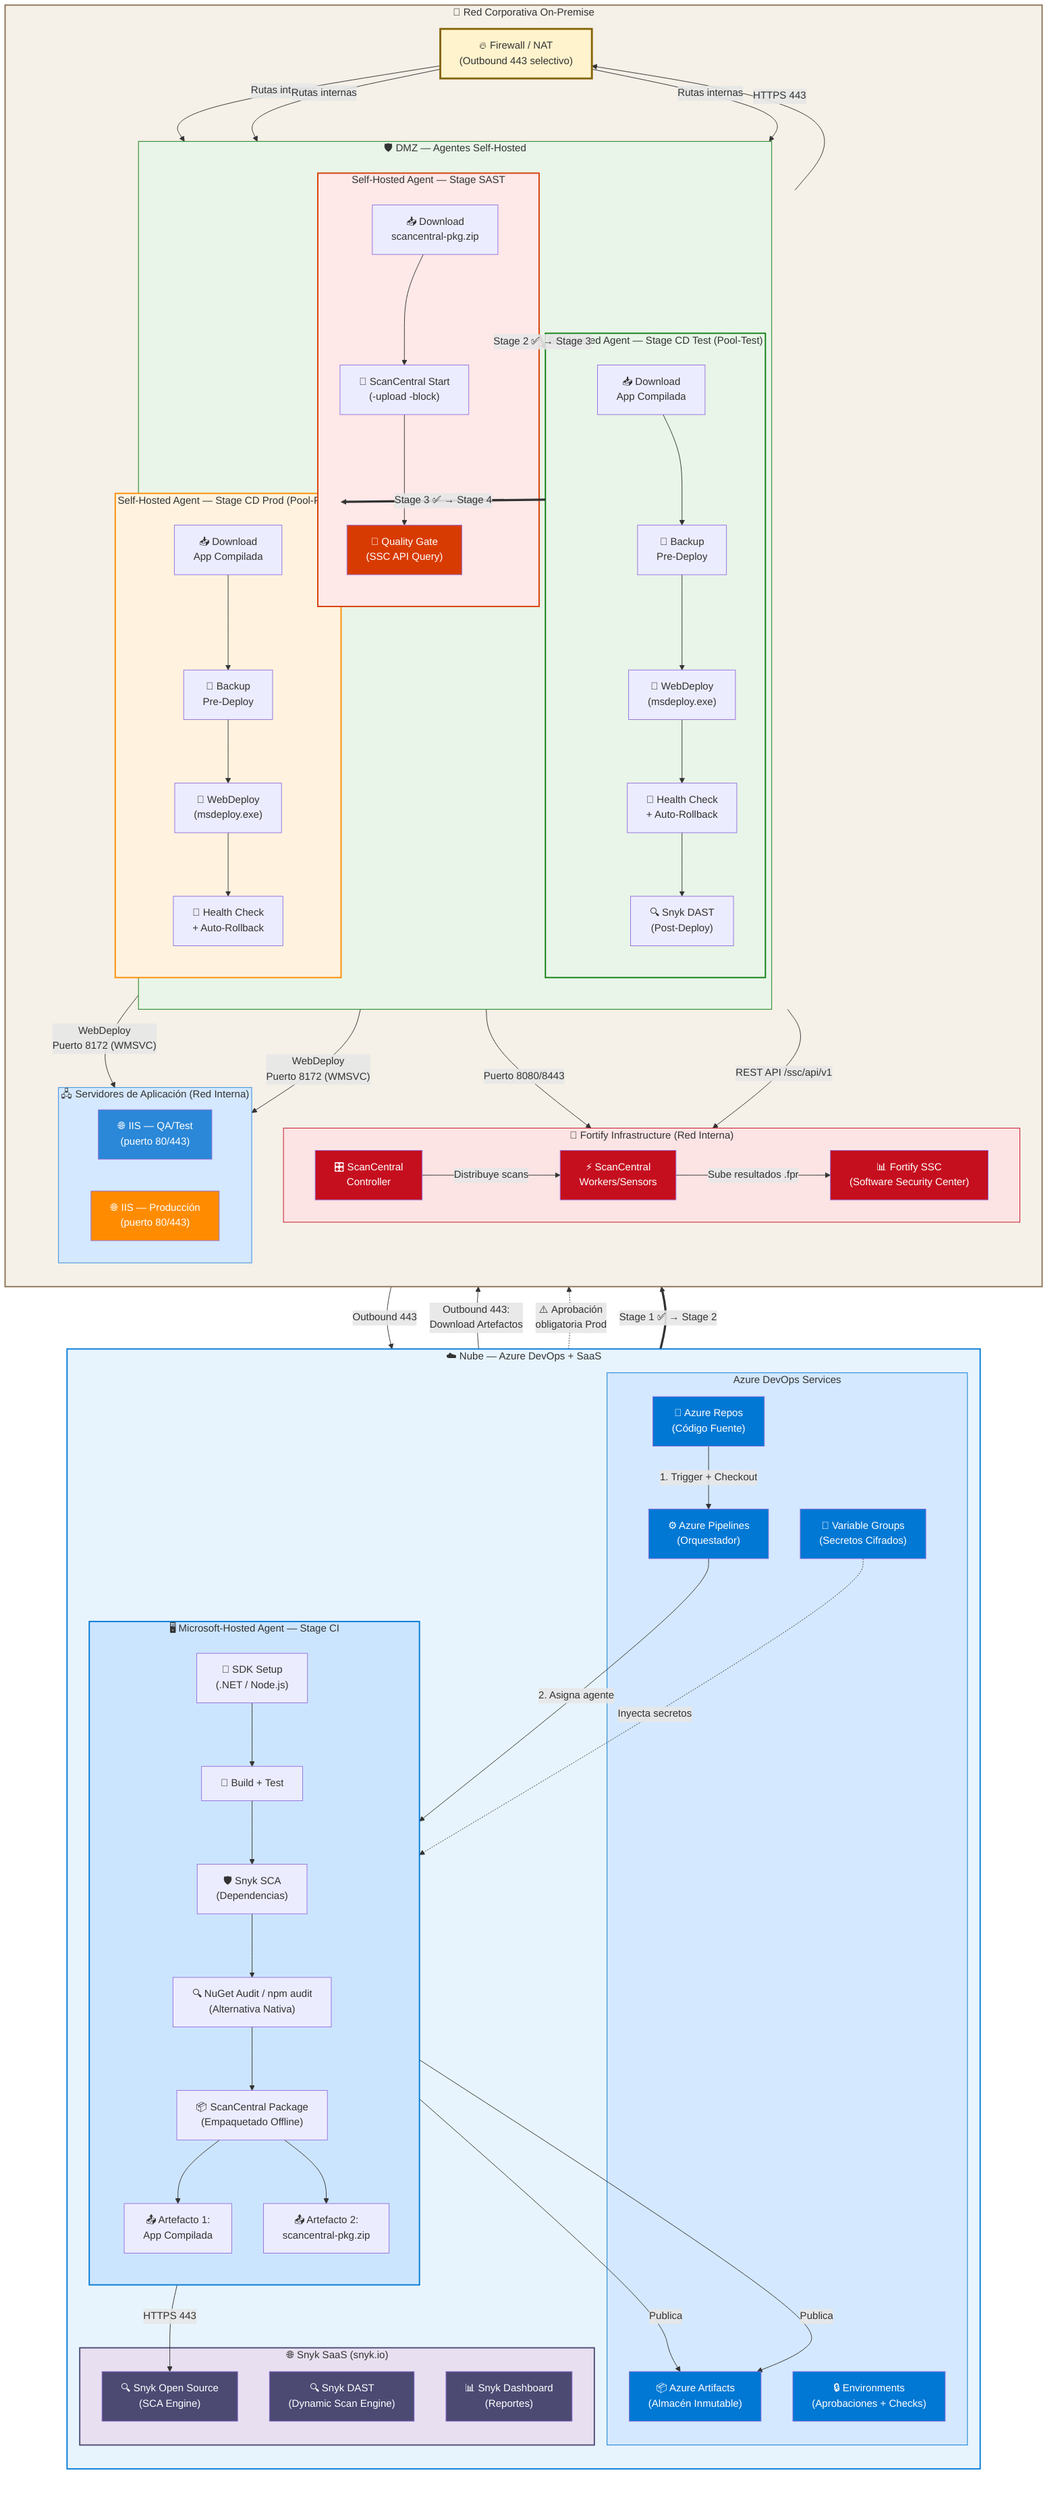
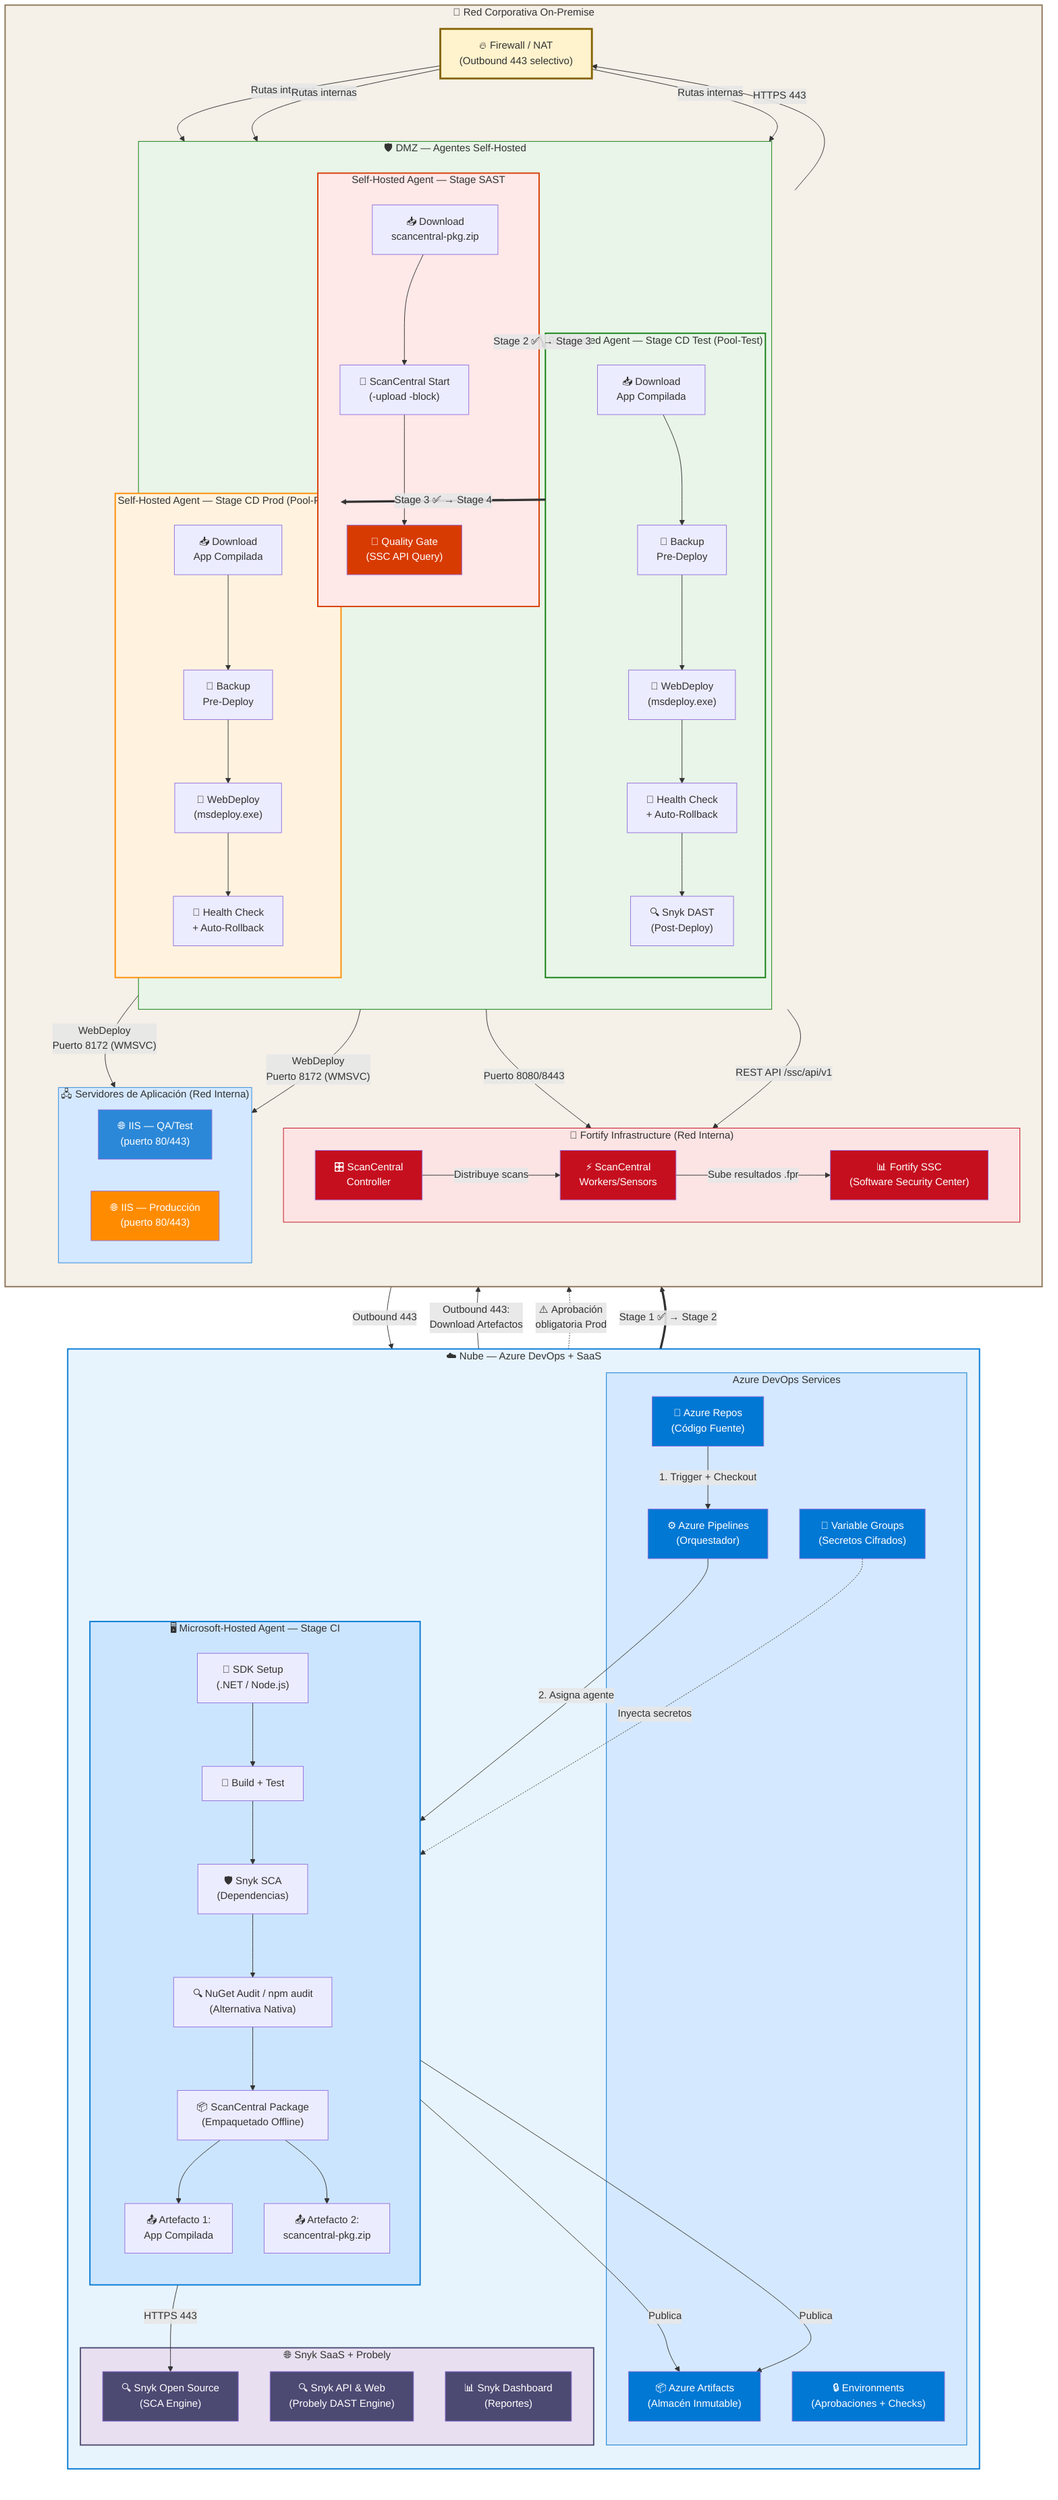
graph TD
    %% ═══════════════════════════════════════════════════════════════
    %% ARQUITECTURA HÍBRIDA — Fortify ScanCentral + Snyk
    %% Pipeline: CI → SAST → CD_Test → CD_Prod
    %% ═══════════════════════════════════════════════════════════════

    %% ─────────────────────────────────────────────────────────────
    %% ZONA 1: Nube (Azure DevOps + SaaS)
    %% ─────────────────────────────────────────────────────────────
    subgraph CLOUD["☁️ Nube — Azure DevOps + SaaS"]
        direction TB

        subgraph AZDO["Azure DevOps Services"]
            REPOS["📂 Azure Repos<br/>(Código Fuente)"]
            PIPE["⚙️ Azure Pipelines<br/>(Orquestador)"]
            ARTIFACTS["📦 Azure Artifacts<br/>(Almacén Inmutable)"]
            ENVS["🔒 Environments<br/>(Aprobaciones + Checks)"]
            LIBRARY["🔑 Variable Groups<br/>(Secretos Cifrados)"]
        end

        subgraph MSAGENT["🖥️ Microsoft-Hosted Agent — Stage CI"]
            direction TB
            CI_SDK["🔧 SDK Setup<br/>(.NET / Node.js)"]
            CI_BUILD["🔨 Build + Test"]
            CI_SNYK["🛡️ Snyk SCA<br/>(Dependencias)"]
            CI_NATIVE["🔍 NuGet Audit / npm audit<br/>(Alternativa Nativa)"]
            CI_FORTPKG["📦 ScanCentral Package<br/>(Empaquetado Offline)"]
            CI_PUB1["📤 Artefacto 1:<br/>App Compilada"]
            CI_PUB2["📤 Artefacto 2:<br/>scancentral-pkg.zip"]

            CI_SDK --> CI_BUILD --> CI_SNYK --> CI_NATIVE --> CI_FORTPKG
            CI_FORTPKG --> CI_PUB1
            CI_FORTPKG --> CI_PUB2
        end

-         subgraph SNYK_SAAS["🌐 Snyk SaaS (snyk.io)"]
+         subgraph SNYK_SAAS["🌐 Snyk SaaS + Probely"]
            SNYK_SCA["🔍 Snyk Open Source<br/>(SCA Engine)"]
-             SNYK_DAST["🔍 Snyk DAST<br/>(Dynamic Scan Engine)"]
+             SNYK_DAST["🔍 Snyk API & Web<br/>(Probely DAST Engine)"]
            SNYK_DASH["📊 Snyk Dashboard<br/>(Reportes)"]
        end

        REPOS -->|"1. Trigger + Checkout"| PIPE
        PIPE -->|"2. Asigna agente"| MSAGENT
        LIBRARY -.->|"Inyecta secretos"| MSAGENT
        CI_SNYK -->|"HTTPS 443"| SNYK_SCA
        CI_PUB1 -->|"Publica"| ARTIFACTS
        CI_PUB2 -->|"Publica"| ARTIFACTS
    end

    %% ─────────────────────────────────────────────────────────────
    %% ZONA 2: Red Corporativa On-Premise
    %% ─────────────────────────────────────────────────────────────
    subgraph ONPREM["🏢 Red Corporativa On-Premise"]
        direction TB

        FW["🔥 Firewall / NAT<br/>(Outbound 443 selectivo)"]

        subgraph DMZ["🛡️ DMZ — Agentes Self-Hosted"]
            direction TB

            subgraph SAST_AGENT["Self-Hosted Agent — Stage SAST"]
                SAST_DL["📥 Download<br/>scancentral-pkg.zip"]
                SAST_SUBMIT["🚀 ScanCentral Start<br/>(-upload -block)"]
                SAST_QG["🚦 Quality Gate<br/>(SSC API Query)"]

                SAST_DL --> SAST_SUBMIT --> SAST_QG
            end

            subgraph CD_AGENT_TEST["Self-Hosted Agent — Stage CD Test (Pool-Test)"]
                CD_DL_T["📥 Download<br/>App Compilada"]
                CD_BACKUP_T["💾 Backup<br/>Pre-Deploy"]
                CD_DEPLOY_T["🚀 WebDeploy<br/>(msdeploy.exe)"]
                CD_HC_T["🏥 Health Check<br/>+ Auto-Rollback"]
                CD_DAST_T["🔍 Snyk DAST<br/>(Post-Deploy)"]

                CD_DL_T --> CD_BACKUP_T --> CD_DEPLOY_T --> CD_HC_T --> CD_DAST_T
            end

            subgraph CD_AGENT_PROD["Self-Hosted Agent — Stage CD Prod (Pool-Prod)"]
                CD_DL_P["📥 Download<br/>App Compilada"]
                CD_BACKUP_P["💾 Backup<br/>Pre-Deploy"]
                CD_DEPLOY_P["🚀 WebDeploy<br/>(msdeploy.exe)"]
                CD_HC_P["🏥 Health Check<br/>+ Auto-Rollback"]

                CD_DL_P --> CD_BACKUP_P --> CD_DEPLOY_P --> CD_HC_P
            end
        end

        subgraph FORTIFY["🏰 Fortify Infrastructure (Red Interna)"]
            direction LR
            SC_CTRL["🎛️ ScanCentral<br/>Controller"]
            SC_WORKERS["⚡ ScanCentral<br/>Workers/Sensors"]
            SSC["📊 Fortify SSC<br/>(Software Security Center)"]

            SC_CTRL -->|"Distribuye scans"| SC_WORKERS
            SC_WORKERS -->|"Sube resultados .fpr"| SSC
        end

        subgraph SERVERS["🖧 Servidores de Aplicación (Red Interna)"]
            direction LR
            IIS_QA["🌐 IIS — QA/Test<br/>(puerto 80/443)"]
            IIS_PROD["🌐 IIS — Producción<br/>(puerto 80/443)"]
        end

        %% Conexiones SAST
        SAST_SUBMIT -->|"Puerto 8080/8443"| SC_CTRL
        SAST_QG -->|"REST API /ssc/api/v1"| SSC

        %% Conexiones CD Test
        CD_DEPLOY_T -->|"WebDeploy<br/>Puerto 8172 (WMSVC)"| IIS_QA
        CD_DAST_T -->|"HTTPS 443"| FW

        %% Conexiones CD Prod
        CD_DEPLOY_P -->|"WebDeploy<br/>Puerto 8172 (WMSVC)"| IIS_PROD
    end

    %% ─────────────────────────────────────────────────────────────
    %% CONEXIONES TRANSFRONTERIZAS (Cloud ↔ On-Prem)
    %% ─────────────────────────────────────────────────────────────
    ARTIFACTS -->|"Outbound 443:<br/>Download Artefactos"| FW
    FW -->|"Rutas internas"| SAST_DL
    FW -->|"Rutas internas"| CD_DL_T
    FW -->|"Rutas internas"| CD_DL_P
    FW -->|"Outbound 443"| SNYK_DAST
    ENVS -.->|"⚠️ Aprobación<br/>obligatoria Prod"| CD_AGENT_PROD

    %% ─────────────────────────────────────────────────────────────
    %% FLUJO ENTRE STAGES (dependencias)
    %% ─────────────────────────────────────────────────────────────
    MSAGENT ==>|"Stage 1 ✅ → Stage 2"| SAST_AGENT
    SAST_AGENT ==>|"Stage 2 ✅ → Stage 3"| CD_AGENT_TEST
    CD_AGENT_TEST ==>|"Stage 3 ✅ → Stage 4"| CD_AGENT_PROD

    %% ─────────────────────────────────────────────────────────────
    %% ESTILOS
    %% ─────────────────────────────────────────────────────────────
    style CLOUD fill:#e8f4fd,stroke:#0078d4,stroke-width:2px
    style ONPREM fill:#f5f0e8,stroke:#8b7355,stroke-width:2px
    style AZDO fill:#d4e8ff,stroke:#0078d4
    style MSAGENT fill:#cce5ff,stroke:#0078d4,stroke-width:2px
    style SNYK_SAAS fill:#e8e0f0,stroke:#4c4a73,stroke-width:2px
    style DMZ fill:#e8f5e8,stroke:#107c10
    style SAST_AGENT fill:#ffe8e8,stroke:#d83b01,stroke-width:2px
    style CD_AGENT_TEST fill:#e8f5e8,stroke:#107c10,stroke-width:2px
    style CD_AGENT_PROD fill:#fff3e0,stroke:#ff8c00,stroke-width:2px
    style FORTIFY fill:#fce4e4,stroke:#c50f1f
    style SERVERS fill:#d4e8ff,stroke:#2b88d8
    style FW fill:#fff3cd,stroke:#856404,stroke-width:3px
    style REPOS fill:#0078d4,color:#fff
    style PIPE fill:#0078d4,color:#fff
    style ARTIFACTS fill:#0078d4,color:#fff
    style ENVS fill:#0078d4,color:#fff
    style LIBRARY fill:#0078d4,color:#fff
    style SNYK_SCA fill:#4c4a73,color:#fff
    style SNYK_DAST fill:#4c4a73,color:#fff
    style SNYK_DASH fill:#4c4a73,color:#fff
    style SC_CTRL fill:#c50f1f,color:#fff
    style SC_WORKERS fill:#c50f1f,color:#fff
    style SSC fill:#c50f1f,color:#fff
    style IIS_QA fill:#2b88d8,color:#fff
    style IIS_PROD fill:#ff8c00,color:#fff
    style SAST_QG fill:#d83b01,color:#fff